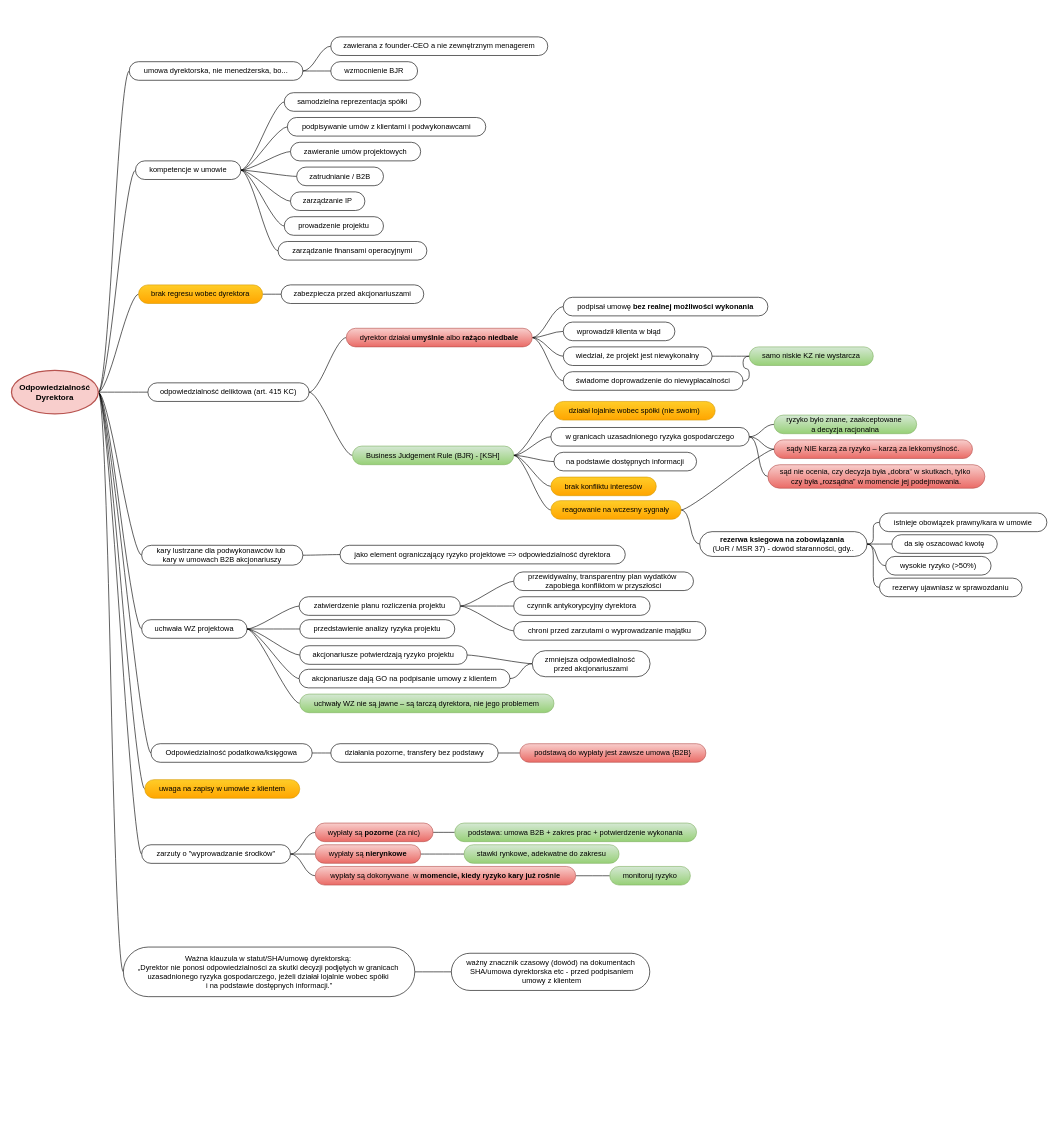
Before: Dyrektor.Odpowiedzialność.drawio in arturd2/diagrams, a draw.io diagram. Source tidied: cells renumbered, new cells numbered last; positions are measured from the earlier drawing's top-left corner, leaving out a move shared by most shapes. Both pictures are drawn from the tidied source at 62%, with x=0, y=0 at pixel (11, 37).
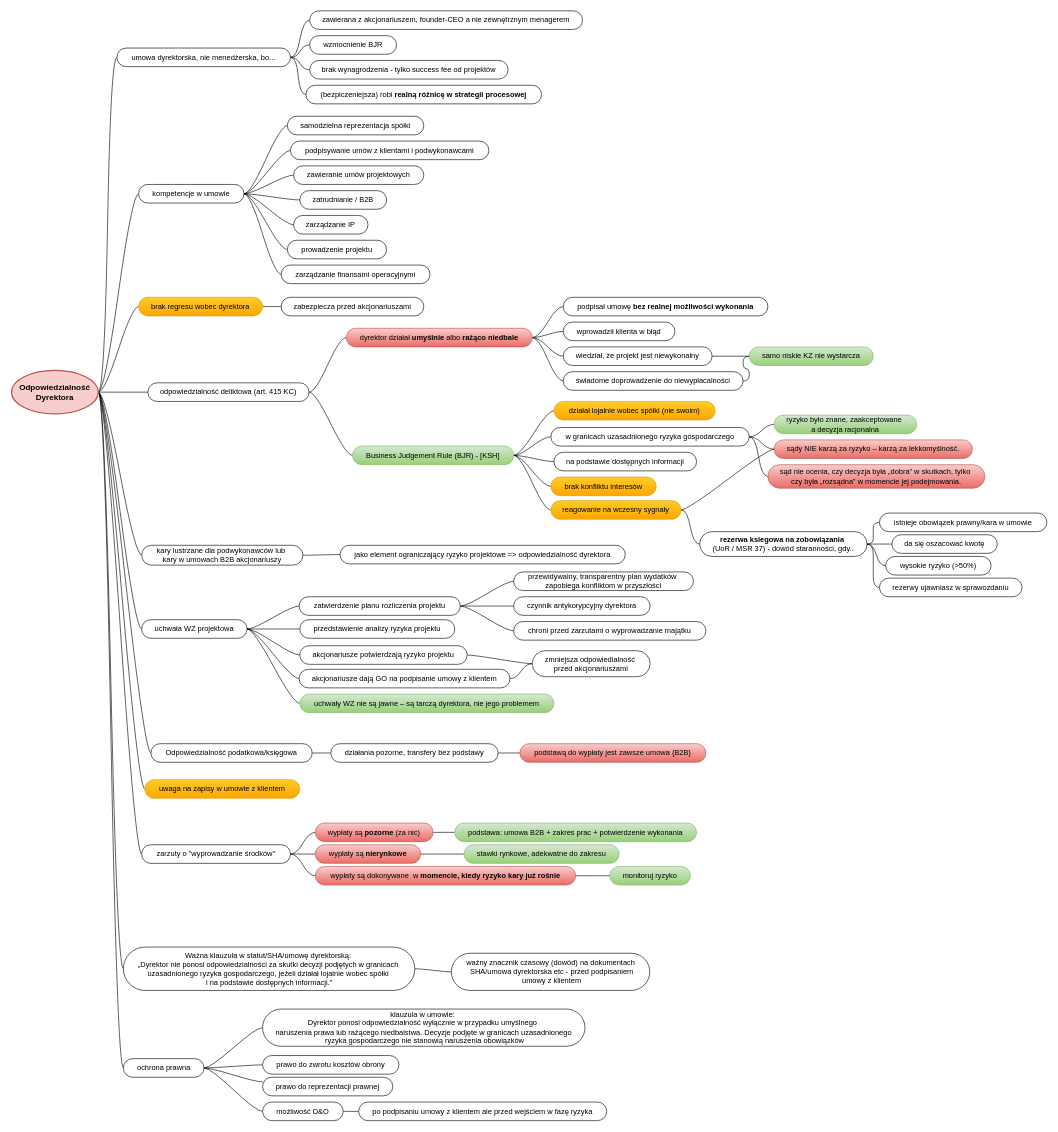
The same page after the edit.

Unchanged cells that the change refers to:
```xml
<mxCell id="12" value="Odpowiedzialność&lt;br&gt;Dyrektora" style="ellipse;whiteSpace=wrap;html=1;align=center;newEdgeStyle={&quot;edgeStyle&quot;:&quot;entityRelationEdgeStyle&quot;,&quot;startArrow&quot;:&quot;none&quot;,&quot;endArrow&quot;:&quot;none&quot;,&quot;segment&quot;:10,&quot;curved&quot;:1,&quot;sourcePerimeterSpacing&quot;:0,&quot;targetPerimeterSpacing&quot;:0};fillColor=#f8cecc;strokeColor=#b85450;strokeWidth=2;fontStyle=1;fontSize=13;" parent="1" vertex="1">
  <mxGeometry y="538" width="140" height="70" as="geometry" />
</mxCell>
```

The edit, as a diff of the source:
```diff
@@
+    <mxCell id="124" style="edgeStyle=entityRelationEdgeStyle;rounded=0;jettySize=auto;html=1;startArrow=none;endArrow=none;segment=10;curved=1;sourcePerimeterSpacing=0;targetPerimeterSpacing=0;" parent="1" edge="1" source="12" target="132">
+      <mxGeometry relative="1" as="geometry" />
+    </mxCell>
@@
+    <mxCell id="125" style="edgeStyle=entityRelationEdgeStyle;rounded=0;jettySize=auto;html=1;startArrow=none;endArrow=none;segment=10;curved=1;sourcePerimeterSpacing=0;targetPerimeterSpacing=0;entryX=0;entryY=0.5;entryDx=0;entryDy=0;" parent="1" edge="1" source="15" target="138">
+      <mxGeometry relative="1" as="geometry" />
+    </mxCell>
+    <mxCell id="126" style="edgeStyle=entityRelationEdgeStyle;rounded=0;jettySize=auto;html=1;startArrow=none;endArrow=none;segment=10;curved=1;sourcePerimeterSpacing=0;targetPerimeterSpacing=0;entryX=0;entryY=0.5;entryDx=0;entryDy=0;" parent="1" edge="1" source="15" target="139">
+      <mxGeometry relative="1" as="geometry" />
+    </mxCell>
     <mxCell id="15" value="umowa dyrektorska, nie menedżerska, bo..." style="whiteSpace=wrap;html=1;rounded=1;arcSize=50;align=center;verticalAlign=middle;strokeWidth=1;spacing=4;newEdgeStyle={&quot;edgeStyle&quot;:&quot;entityRelationEdgeStyle&quot;,&quot;startArrow&quot;:&quot;none&quot;,&quot;endArrow&quot;:&quot;none&quot;,&quot;segment&quot;:10,&quot;curved&quot;:1,&quot;sourcePerimeterSpacing&quot;:0,&quot;targetPerimeterSpacing&quot;:0};" parent="1" vertex="1">
-      <mxGeometry x="190" y="40" width="280" height="30" as="geometry" />
+      <mxGeometry x="170" y="18" width="280" height="30" as="geometry" />
     </mxCell>
@@
     <mxCell id="29" value="kompetencje w umowie" style="whiteSpace=wrap;html=1;rounded=1;arcSize=50;align=center;verticalAlign=middle;strokeWidth=1;spacing=4;newEdgeStyle={&quot;edgeStyle&quot;:&quot;entityRelationEdgeStyle&quot;,&quot;startArrow&quot;:&quot;none&quot;,&quot;endArrow&quot;:&quot;none&quot;,&quot;segment&quot;:10,&quot;curved&quot;:1,&quot;sourcePerimeterSpacing&quot;:0,&quot;targetPerimeterSpacing&quot;:0};" parent="1" vertex="1">
-      <mxGeometry x="200" y="200" width="170" height="30" as="geometry" />
+      <mxGeometry x="205" y="238" width="170" height="30" as="geometry" />
     </mxCell>
@@
     <mxCell id="34" value="wzmocnienie BJR" style="whiteSpace=wrap;html=1;rounded=1;arcSize=50;align=center;verticalAlign=middle;strokeWidth=1;spacing=4;newEdgeStyle={&quot;edgeStyle&quot;:&quot;entityRelationEdgeStyle&quot;,&quot;startArrow&quot;:&quot;none&quot;,&quot;endArrow&quot;:&quot;none&quot;,&quot;segment&quot;:10,&quot;curved&quot;:1,&quot;sourcePerimeterSpacing&quot;:0,&quot;targetPerimeterSpacing&quot;:0};" parent="1" vertex="1">
-      <mxGeometry x="515" y="40" width="140" height="30" as="geometry" />
+      <mxGeometry x="481" y="-2" width="140" height="30" as="geometry" />
     </mxCell>
@@
     <mxCell id="39" value="brak regresu wobec dyrektora" style="whiteSpace=wrap;html=1;rounded=1;arcSize=50;align=center;verticalAlign=middle;strokeWidth=1;spacing=4;newEdgeStyle={&quot;edgeStyle&quot;:&quot;entityRelationEdgeStyle&quot;,&quot;startArrow&quot;:&quot;none&quot;,&quot;endArrow&quot;:&quot;none&quot;,&quot;segment&quot;:10,&quot;curved&quot;:1,&quot;sourcePerimeterSpacing&quot;:0,&quot;targetPerimeterSpacing&quot;:0};fillColor=#ffcd28;gradientColor=#ffa500;strokeColor=#d79b00;" parent="1" vertex="1">
-      <mxGeometry x="205" y="400" width="200" height="30" as="geometry" />
+      <mxGeometry x="205" y="420" width="200" height="30" as="geometry" />
     </mxCell>
@@
     <mxCell id="48" value="podpisywanie umów z klientami i podwykonawcami" style="whiteSpace=wrap;html=1;rounded=1;arcSize=50;align=center;verticalAlign=middle;strokeWidth=1;spacing=4;newEdgeStyle={&quot;edgeStyle&quot;:&quot;entityRelationEdgeStyle&quot;,&quot;startArrow&quot;:&quot;none&quot;,&quot;endArrow&quot;:&quot;none&quot;,&quot;segment&quot;:10,&quot;curved&quot;:1,&quot;sourcePerimeterSpacing&quot;:0,&quot;targetPerimeterSpacing&quot;:0};" parent="1" vertex="1">
-      <mxGeometry x="445" y="130" width="320" height="30" as="geometry" />
+      <mxGeometry x="450" y="168" width="320" height="30" as="geometry" />
     </mxCell>
     <mxCell id="49" value="zawieranie umów projektowych" style="whiteSpace=wrap;html=1;rounded=1;arcSize=50;align=center;verticalAlign=middle;strokeWidth=1;spacing=4;newEdgeStyle={&quot;edgeStyle&quot;:&quot;entityRelationEdgeStyle&quot;,&quot;startArrow&quot;:&quot;none&quot;,&quot;endArrow&quot;:&quot;none&quot;,&quot;segment&quot;:10,&quot;curved&quot;:1,&quot;sourcePerimeterSpacing&quot;:0,&quot;targetPerimeterSpacing&quot;:0};" parent="1" vertex="1">
-      <mxGeometry x="450" y="170" width="210" height="30" as="geometry" />
+      <mxGeometry x="455" y="208" width="210" height="30" as="geometry" />
     </mxCell>
     <mxCell id="50" value="zatrudnianie / B2B" style="whiteSpace=wrap;html=1;rounded=1;arcSize=50;align=center;verticalAlign=middle;strokeWidth=1;spacing=4;newEdgeStyle={&quot;edgeStyle&quot;:&quot;entityRelationEdgeStyle&quot;,&quot;startArrow&quot;:&quot;none&quot;,&quot;endArrow&quot;:&quot;none&quot;,&quot;segment&quot;:10,&quot;curved&quot;:1,&quot;sourcePerimeterSpacing&quot;:0,&quot;targetPerimeterSpacing&quot;:0};" parent="1" vertex="1">
-      <mxGeometry x="460" y="210" width="140" height="30" as="geometry" />
+      <mxGeometry x="465" y="248" width="140" height="30" as="geometry" />
     </mxCell>
     <mxCell id="51" value="zarządzanie IP" style="whiteSpace=wrap;html=1;rounded=1;arcSize=50;align=center;verticalAlign=middle;strokeWidth=1;spacing=4;newEdgeStyle={&quot;edgeStyle&quot;:&quot;entityRelationEdgeStyle&quot;,&quot;startArrow&quot;:&quot;none&quot;,&quot;endArrow&quot;:&quot;none&quot;,&quot;segment&quot;:10,&quot;curved&quot;:1,&quot;sourcePerimeterSpacing&quot;:0,&quot;targetPerimeterSpacing&quot;:0};" parent="1" vertex="1">
-      <mxGeometry x="450" y="250" width="120" height="30" as="geometry" />
+      <mxGeometry x="455" y="288" width="120" height="30" as="geometry" />
     </mxCell>
     <mxCell id="52" value="prowadzenie projektu" style="whiteSpace=wrap;html=1;rounded=1;arcSize=50;align=center;verticalAlign=middle;strokeWidth=1;spacing=4;newEdgeStyle={&quot;edgeStyle&quot;:&quot;entityRelationEdgeStyle&quot;,&quot;startArrow&quot;:&quot;none&quot;,&quot;endArrow&quot;:&quot;none&quot;,&quot;segment&quot;:10,&quot;curved&quot;:1,&quot;sourcePerimeterSpacing&quot;:0,&quot;targetPerimeterSpacing&quot;:0};" parent="1" vertex="1">
-      <mxGeometry x="440" y="290" width="160" height="30" as="geometry" />
+      <mxGeometry x="445" y="328" width="160" height="30" as="geometry" />
     </mxCell>
     <mxCell id="53" value="zabezpiecza przed akcjonariuszami" style="whiteSpace=wrap;html=1;rounded=1;arcSize=50;align=center;verticalAlign=middle;strokeWidth=1;spacing=4;newEdgeStyle={&quot;edgeStyle&quot;:&quot;entityRelationEdgeStyle&quot;,&quot;startArrow&quot;:&quot;none&quot;,&quot;endArrow&quot;:&quot;none&quot;,&quot;segment&quot;:10,&quot;curved&quot;:1,&quot;sourcePerimeterSpacing&quot;:0,&quot;targetPerimeterSpacing&quot;:0};" parent="1" vertex="1">
-      <mxGeometry x="435" y="400" width="230" height="30" as="geometry" />
+      <mxGeometry x="435" y="420" width="230" height="30" as="geometry" />
     </mxCell>
@@
-    <mxCell id="95" value="zawierana z founder-CEO a nie zewnętrznym menagerem" style="whiteSpace=wrap;html=1;rounded=1;arcSize=50;align=center;verticalAlign=middle;strokeWidth=1;spacing=4;newEdgeStyle={&quot;edgeStyle&quot;:&quot;entityRelationEdgeStyle&quot;,&quot;startArrow&quot;:&quot;none&quot;,&quot;endArrow&quot;:&quot;none&quot;,&quot;segment&quot;:10,&quot;curved&quot;:1,&quot;sourcePerimeterSpacing&quot;:0,&quot;targetPerimeterSpacing&quot;:0};" parent="1" vertex="1">
-      <mxGeometry x="515" width="350" height="30" as="geometry" />
+    <mxCell id="95" value="zawierana z akcjonariuszem, founder-CEO a nie zewnętrznym menagerem" style="whiteSpace=wrap;html=1;rounded=1;arcSize=50;align=center;verticalAlign=middle;strokeWidth=1;spacing=4;newEdgeStyle={&quot;edgeStyle&quot;:&quot;entityRelationEdgeStyle&quot;,&quot;startArrow&quot;:&quot;none&quot;,&quot;endArrow&quot;:&quot;none&quot;,&quot;segment&quot;:10,&quot;curved&quot;:1,&quot;sourcePerimeterSpacing&quot;:0,&quot;targetPerimeterSpacing&quot;:0};" parent="1" vertex="1">
+      <mxGeometry x="481" y="-42" width="440" height="30" as="geometry" />
     </mxCell>
     <mxCell id="96" value="samodzielna reprezentacja spółki" style="whiteSpace=wrap;html=1;rounded=1;arcSize=50;align=center;verticalAlign=middle;strokeWidth=1;spacing=4;newEdgeStyle={&quot;edgeStyle&quot;:&quot;entityRelationEdgeStyle&quot;,&quot;startArrow&quot;:&quot;none&quot;,&quot;endArrow&quot;:&quot;none&quot;,&quot;segment&quot;:10,&quot;curved&quot;:1,&quot;sourcePerimeterSpacing&quot;:0,&quot;targetPerimeterSpacing&quot;:0};" parent="1" vertex="1">
-      <mxGeometry x="440" y="90" width="220" height="30" as="geometry" />
+      <mxGeometry x="445" y="128" width="220" height="30" as="geometry" />
     </mxCell>
     <mxCell id="97" value="zarządzanie finansami operacyjnymi" style="whiteSpace=wrap;html=1;rounded=1;arcSize=50;align=center;verticalAlign=middle;strokeWidth=1;spacing=4;newEdgeStyle={&quot;edgeStyle&quot;:&quot;entityRelationEdgeStyle&quot;,&quot;startArrow&quot;:&quot;none&quot;,&quot;endArrow&quot;:&quot;none&quot;,&quot;segment&quot;:10,&quot;curved&quot;:1,&quot;sourcePerimeterSpacing&quot;:0,&quot;targetPerimeterSpacing&quot;:0};" parent="1" vertex="1">
-      <mxGeometry x="430" y="330" width="240" height="30" as="geometry" />
+      <mxGeometry x="435" y="368" width="240" height="30" as="geometry" />
     </mxCell>
@@
     <mxCell id="100" value="Ważna klauzula w statut/SHA/umowę dyrektorską:&amp;nbsp;&lt;br&gt;„Dyrektor nie ponosi odpowiedzialności za skutki decyzji podjętych w granicach&amp;nbsp;&lt;br&gt;uzasadnionego ryzyka gospodarczego, jeżeli działał lojalnie wobec spółki&amp;nbsp;&lt;br&gt;i na podstawie dostępnych informacji.”" style="whiteSpace=wrap;html=1;rounded=1;arcSize=50;align=center;verticalAlign=middle;strokeWidth=1;spacing=4;newEdgeStyle={&quot;edgeStyle&quot;:&quot;entityRelationEdgeStyle&quot;,&quot;startArrow&quot;:&quot;none&quot;,&quot;endArrow&quot;:&quot;none&quot;,&quot;segment&quot;:10,&quot;curved&quot;:1,&quot;sourcePerimeterSpacing&quot;:0,&quot;targetPerimeterSpacing&quot;:0};" parent="1" vertex="1">
-      <mxGeometry x="180.5" y="1468" width="470" height="80" as="geometry" />
+      <mxGeometry x="180.5" y="1468" width="470" height="70" as="geometry" />
     </mxCell>
@@
+    <mxCell id="127" value="&lt;div&gt;klauzula w umowie:&amp;nbsp;&lt;br&gt;Dyrektor ponosi odpowiedzialność wyłącznie w przypadku umyślnego&amp;nbsp;&lt;br&gt;naruszenia prawa lub rażącego niedbalstwa. Decyzje podjęte w granicach uzasadnionego&lt;br&gt;&amp;nbsp;ryzyka gospodarczego nie stanowią naruszenia obowiązków&lt;/div&gt;" style="whiteSpace=wrap;html=1;rounded=1;arcSize=50;align=center;verticalAlign=middle;strokeWidth=1;spacing=4;newEdgeStyle={&quot;edgeStyle&quot;:&quot;entityRelationEdgeStyle&quot;,&quot;startArrow&quot;:&quot;none&quot;,&quot;endArrow&quot;:&quot;none&quot;,&quot;segment&quot;:10,&quot;curved&quot;:1,&quot;sourcePerimeterSpacing&quot;:0,&quot;targetPerimeterSpacing&quot;:0};" parent="1" vertex="1">
+      <mxGeometry x="405" y="1568" width="520" height="60" as="geometry" />
+    </mxCell>
+    <mxCell id="128" style="edgeStyle=entityRelationEdgeStyle;rounded=0;jettySize=auto;html=1;startArrow=none;endArrow=none;segment=10;curved=1;sourcePerimeterSpacing=0;targetPerimeterSpacing=0;entryX=0;entryY=0.5;entryDx=0;entryDy=0;" parent="1" edge="1" source="132" target="127">
+      <mxGeometry relative="1" as="geometry" />
+    </mxCell>
+    <mxCell id="129" style="edgeStyle=entityRelationEdgeStyle;rounded=0;jettySize=auto;html=1;startArrow=none;endArrow=none;segment=10;curved=1;sourcePerimeterSpacing=0;targetPerimeterSpacing=0;" parent="1" edge="1" source="132" target="133">
+      <mxGeometry relative="1" as="geometry" />
+    </mxCell>
+    <mxCell id="130" style="edgeStyle=entityRelationEdgeStyle;rounded=0;jettySize=auto;html=1;startArrow=none;endArrow=none;segment=10;curved=1;sourcePerimeterSpacing=0;targetPerimeterSpacing=0;entryX=0;entryY=0.25;entryDx=0;entryDy=0;" parent="1" edge="1" source="132" target="134">
+      <mxGeometry relative="1" as="geometry" />
+    </mxCell>
+    <mxCell id="131" style="edgeStyle=entityRelationEdgeStyle;rounded=0;jettySize=auto;html=1;startArrow=none;endArrow=none;segment=10;curved=1;sourcePerimeterSpacing=0;targetPerimeterSpacing=0;entryX=0;entryY=0.5;entryDx=0;entryDy=0;" parent="1" edge="1" source="132" target="136">
+      <mxGeometry relative="1" as="geometry" />
+    </mxCell>
+    <mxCell id="132" value="ochrona prawna" style="whiteSpace=wrap;html=1;rounded=1;arcSize=50;align=center;verticalAlign=middle;strokeWidth=1;spacing=4;newEdgeStyle={&quot;edgeStyle&quot;:&quot;entityRelationEdgeStyle&quot;,&quot;startArrow&quot;:&quot;none&quot;,&quot;endArrow&quot;:&quot;none&quot;,&quot;segment&quot;:10,&quot;curved&quot;:1,&quot;sourcePerimeterSpacing&quot;:0,&quot;targetPerimeterSpacing&quot;:0};" parent="1" vertex="1">
+      <mxGeometry x="180.5" y="1648" width="130" height="30" as="geometry" />
+    </mxCell>
+    <mxCell id="133" value="prawo do zwrotu kosztów obrony" style="whiteSpace=wrap;html=1;rounded=1;arcSize=50;align=center;verticalAlign=middle;strokeWidth=1;spacing=4;newEdgeStyle={&quot;edgeStyle&quot;:&quot;entityRelationEdgeStyle&quot;,&quot;startArrow&quot;:&quot;none&quot;,&quot;endArrow&quot;:&quot;none&quot;,&quot;segment&quot;:10,&quot;curved&quot;:1,&quot;sourcePerimeterSpacing&quot;:0,&quot;targetPerimeterSpacing&quot;:0};" parent="1" vertex="1">
+      <mxGeometry x="405" y="1643" width="220" height="30" as="geometry" />
+    </mxCell>
+    <mxCell id="134" value="prawo do reprezentacji prawnej" style="whiteSpace=wrap;html=1;rounded=1;arcSize=50;align=center;verticalAlign=middle;strokeWidth=1;spacing=4;newEdgeStyle={&quot;edgeStyle&quot;:&quot;entityRelationEdgeStyle&quot;,&quot;startArrow&quot;:&quot;none&quot;,&quot;endArrow&quot;:&quot;none&quot;,&quot;segment&quot;:10,&quot;curved&quot;:1,&quot;sourcePerimeterSpacing&quot;:0,&quot;targetPerimeterSpacing&quot;:0};" parent="1" vertex="1">
+      <mxGeometry x="405" y="1678" width="210" height="30" as="geometry" />
+    </mxCell>
+    <mxCell id="135" style="edgeStyle=entityRelationEdgeStyle;rounded=0;jettySize=auto;html=1;startArrow=none;endArrow=none;segment=10;curved=1;sourcePerimeterSpacing=0;targetPerimeterSpacing=0;exitX=1;exitY=0.5;exitDx=0;exitDy=0;" parent="1" edge="1" source="136" target="137">
+      <mxGeometry relative="1" as="geometry" />
+    </mxCell>
+    <mxCell id="136" value="możliwość D&amp;amp;O" style="whiteSpace=wrap;html=1;rounded=1;arcSize=50;align=center;verticalAlign=middle;strokeWidth=1;spacing=4;newEdgeStyle={&quot;edgeStyle&quot;:&quot;entityRelationEdgeStyle&quot;,&quot;startArrow&quot;:&quot;none&quot;,&quot;endArrow&quot;:&quot;none&quot;,&quot;segment&quot;:10,&quot;curved&quot;:1,&quot;sourcePerimeterSpacing&quot;:0,&quot;targetPerimeterSpacing&quot;:0};" parent="1" vertex="1">
+      <mxGeometry x="405" y="1718" width="130" height="30" as="geometry" />
+    </mxCell>
+    <mxCell id="137" value="po podpisaniu umowy z klientem ale przed wejściem w fazę ryzyka" style="whiteSpace=wrap;html=1;rounded=1;arcSize=50;align=center;verticalAlign=middle;strokeWidth=1;spacing=4;newEdgeStyle={&quot;edgeStyle&quot;:&quot;entityRelationEdgeStyle&quot;,&quot;startArrow&quot;:&quot;none&quot;,&quot;endArrow&quot;:&quot;none&quot;,&quot;segment&quot;:10,&quot;curved&quot;:1,&quot;sourcePerimeterSpacing&quot;:0,&quot;targetPerimeterSpacing&quot;:0};" parent="1" vertex="1">
+      <mxGeometry x="560" y="1718" width="400" height="30" as="geometry" />
+    </mxCell>
+    <mxCell id="138" value="brak wynagrodzenia - tylko success fee od projektów" style="whiteSpace=wrap;html=1;rounded=1;arcSize=50;align=center;verticalAlign=middle;strokeWidth=1;spacing=4;newEdgeStyle={&quot;edgeStyle&quot;:&quot;entityRelationEdgeStyle&quot;,&quot;startArrow&quot;:&quot;none&quot;,&quot;endArrow&quot;:&quot;none&quot;,&quot;segment&quot;:10,&quot;curved&quot;:1,&quot;sourcePerimeterSpacing&quot;:0,&quot;targetPerimeterSpacing&quot;:0};" parent="1" vertex="1">
+      <mxGeometry x="481" y="38" width="320" height="30" as="geometry" />
+    </mxCell>
+    <mxCell id="139" value="(bezpiczeniejsza) robi &lt;strong&gt;realną różnicę w strategii procesowej&lt;/strong&gt;" style="whiteSpace=wrap;html=1;rounded=1;arcSize=50;align=center;verticalAlign=middle;strokeWidth=1;spacing=4;newEdgeStyle={&quot;edgeStyle&quot;:&quot;entityRelationEdgeStyle&quot;,&quot;startArrow&quot;:&quot;none&quot;,&quot;endArrow&quot;:&quot;none&quot;,&quot;segment&quot;:10,&quot;curved&quot;:1,&quot;sourcePerimeterSpacing&quot;:0,&quot;targetPerimeterSpacing&quot;:0};" parent="1" vertex="1">
+      <mxGeometry x="475" y="78" width="380" height="30" as="geometry" />
+    </mxCell>
```
